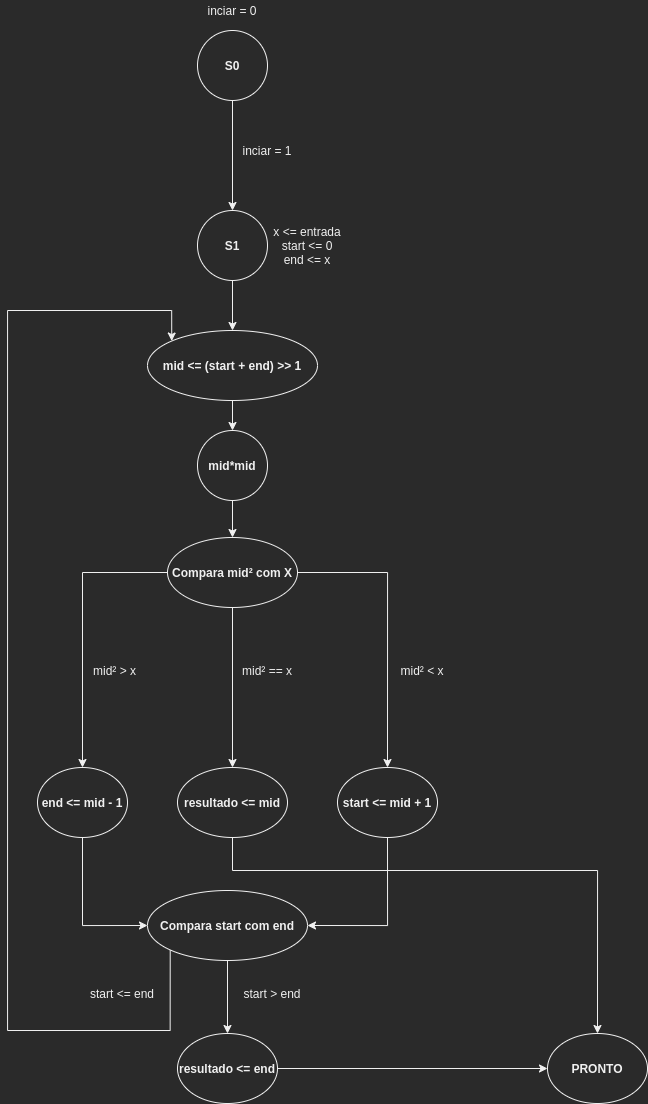
Earlier version of the draw.io export FSM.png (LeoGCRocha/sqrt-vhdl). Source tidied: cells renumbered, new cells last; positions are measured from the earlier drawing's top-left corner, leaving out a move shared by most shapes. Source of this version:
```xml
<mxGraphModel>
  <root>
    <mxCell id="0" />
    <mxCell id="1" parent="0" />
    <mxCell id="2" style="edgeStyle=orthogonalEdgeStyle;rounded=0;jettySize=auto;html=1;entryX=0.5;entryY=0;entryDx=0;entryDy=0;" parent="1" edge="1" source="3" target="5">
      <mxGeometry relative="1" as="geometry" />
    </mxCell>
    <mxCell id="3" value="&lt;b&gt;S0&lt;/b&gt;" style="ellipse;whiteSpace=wrap;html=1;" parent="1" vertex="1">
      <mxGeometry x="190" y="30" width="70" height="70" as="geometry" />
    </mxCell>
    <mxCell id="4" style="edgeStyle=orthogonalEdgeStyle;rounded=0;jettySize=auto;html=1;entryX=0.5;entryY=0;entryDx=0;entryDy=0;" parent="1" edge="1" source="5" target="27">
      <mxGeometry relative="1" as="geometry" />
    </mxCell>
    <mxCell id="5" value="&lt;b&gt;S1&lt;/b&gt;" style="ellipse;whiteSpace=wrap;html=1;" parent="1" vertex="1">
      <mxGeometry x="190" y="210" width="70" height="70" as="geometry" />
    </mxCell>
    <mxCell id="6" style="edgeStyle=orthogonalEdgeStyle;rounded=0;jettySize=auto;html=1;entryX=0.5;entryY=0;entryDx=0;entryDy=0;" parent="1" edge="1" source="9" target="13">
      <mxGeometry relative="1" as="geometry" />
    </mxCell>
    <mxCell id="7" style="edgeStyle=orthogonalEdgeStyle;rounded=0;jettySize=auto;html=1;entryX=0.5;entryY=0;entryDx=0;entryDy=0;" parent="1" edge="1" source="9" target="11">
      <mxGeometry relative="1" as="geometry" />
    </mxCell>
    <mxCell id="8" style="edgeStyle=orthogonalEdgeStyle;rounded=0;jettySize=auto;html=1;entryX=0.5;entryY=0;entryDx=0;entryDy=0;" parent="1" edge="1" source="9" target="16">
      <mxGeometry relative="1" as="geometry" />
    </mxCell>
    <mxCell id="9" value="&lt;b&gt;Compara mid² com X&lt;/b&gt;" style="ellipse;whiteSpace=wrap;html=1;" parent="1" vertex="1">
      <mxGeometry x="160" y="537" width="130" height="70" as="geometry" />
    </mxCell>
    <mxCell id="10" style="edgeStyle=orthogonalEdgeStyle;rounded=0;jettySize=auto;html=1;entryX=1;entryY=0.5;entryDx=0;entryDy=0;exitX=0.5;exitY=1;exitDx=0;exitDy=0;" parent="1" edge="1" source="11" target="19">
      <mxGeometry relative="1" as="geometry" />
    </mxCell>
    <mxCell id="11" value="&lt;b&gt;start &amp;lt;= mid + 1&lt;/b&gt;" style="ellipse;whiteSpace=wrap;html=1;" parent="1" vertex="1">
      <mxGeometry x="330" y="767" width="100" height="70" as="geometry" />
    </mxCell>
    <mxCell id="12" style="edgeStyle=orthogonalEdgeStyle;rounded=0;jettySize=auto;html=1;entryX=0.5;entryY=0;entryDx=0;entryDy=0;" parent="1" edge="1" source="13" target="29">
      <mxGeometry relative="1" as="geometry">
        <Array as="points">
          <mxPoint x="225" y="870" />
          <mxPoint x="590" y="870" />
        </Array>
      </mxGeometry>
    </mxCell>
    <mxCell id="13" value="&lt;b&gt;resultado &amp;lt;= mid&lt;/b&gt;" style="ellipse;whiteSpace=wrap;html=1;" parent="1" vertex="1">
      <mxGeometry x="170" y="767" width="110" height="70" as="geometry" />
    </mxCell>
    <mxCell id="14" style="edgeStyle=orthogonalEdgeStyle;rounded=0;jettySize=auto;html=1;entryX=0;entryY=0;entryDx=0;entryDy=0;exitX=0;exitY=1;exitDx=0;exitDy=0;" parent="1" edge="1" source="19" target="27">
      <mxGeometry relative="1" as="geometry">
        <Array as="points">
          <mxPoint x="163" y="1030" />
          <mxPoint y="1030" />
          <mxPoint y="310" />
          <mxPoint x="165" y="310" />
        </Array>
      </mxGeometry>
    </mxCell>
    <mxCell id="15" style="edgeStyle=orthogonalEdgeStyle;rounded=0;jettySize=auto;html=1;entryX=0;entryY=0.5;entryDx=0;entryDy=0;exitX=0.5;exitY=1;exitDx=0;exitDy=0;" parent="1" edge="1" source="16" target="19">
      <mxGeometry relative="1" as="geometry" />
    </mxCell>
    <mxCell id="16" value="&lt;b&gt;end &amp;lt;= mid - 1&lt;/b&gt;" style="ellipse;whiteSpace=wrap;html=1;" parent="1" vertex="1">
      <mxGeometry x="30" y="767" width="90" height="70" as="geometry" />
    </mxCell>
    <mxCell id="17" style="edgeStyle=orthogonalEdgeStyle;rounded=0;jettySize=auto;html=1;entryX=0;entryY=0.5;entryDx=0;entryDy=0;exitX=1;exitY=0.5;exitDx=0;exitDy=0;" parent="1" edge="1" source="32" target="29">
      <mxGeometry relative="1" as="geometry" />
    </mxCell>
    <mxCell id="18" style="edgeStyle=orthogonalEdgeStyle;rounded=0;jettySize=auto;html=1;entryX=0.5;entryY=0;entryDx=0;entryDy=0;exitX=0.5;exitY=1;exitDx=0;exitDy=0;" parent="1" edge="1" source="19" target="32">
      <mxGeometry relative="1" as="geometry" />
    </mxCell>
    <mxCell id="19" value="&lt;b&gt;Compara start com end&lt;/b&gt;" style="ellipse;whiteSpace=wrap;html=1;" parent="1" vertex="1">
      <mxGeometry x="140" y="890" width="160" height="70" as="geometry" />
    </mxCell>
    <mxCell id="20" value="inciar = 1" style="text;html=1;strokeColor=none;fillColor=none;align=center;verticalAlign=middle;whiteSpace=wrap;rounded=0;" parent="1" vertex="1">
      <mxGeometry x="230" y="140" width="60" height="20" as="geometry" />
    </mxCell>
    <mxCell id="21" value="inciar = 0" style="text;html=1;strokeColor=none;fillColor=none;align=center;verticalAlign=middle;whiteSpace=wrap;rounded=0;" parent="1" vertex="1">
      <mxGeometry x="180" width="90" height="20" as="geometry" />
    </mxCell>
    <mxCell id="22" value="x &amp;lt;= entrada&lt;br&gt;start &amp;lt;=&amp;nbsp;0&lt;br&gt;end &amp;lt;=&amp;nbsp;x" style="text;html=1;strokeColor=none;fillColor=none;align=center;verticalAlign=middle;whiteSpace=wrap;rounded=0;" parent="1" vertex="1">
      <mxGeometry x="260" y="210" width="80" height="70" as="geometry" />
    </mxCell>
    <mxCell id="23" value="mid² &amp;gt; x" style="text;html=1;strokeColor=none;fillColor=none;align=center;verticalAlign=middle;whiteSpace=wrap;rounded=0;" parent="1" vertex="1">
      <mxGeometry x="75" y="660" width="65" height="20" as="geometry" />
    </mxCell>
    <mxCell id="24" value="mid²&amp;nbsp;&amp;lt; x" style="text;html=1;strokeColor=none;fillColor=none;align=center;verticalAlign=middle;whiteSpace=wrap;rounded=0;" parent="1" vertex="1">
      <mxGeometry x="390" y="660" width="50" height="20" as="geometry" />
    </mxCell>
    <mxCell id="25" value="mid²&amp;nbsp;== x" style="text;html=1;strokeColor=none;fillColor=none;align=center;verticalAlign=middle;whiteSpace=wrap;rounded=0;" parent="1" vertex="1">
      <mxGeometry x="230" y="660" width="60" height="20" as="geometry" />
    </mxCell>
    <mxCell id="26" style="edgeStyle=orthogonalEdgeStyle;rounded=0;jettySize=auto;html=1;entryX=0.5;entryY=0;entryDx=0;entryDy=0;" parent="1" edge="1" source="27" target="31">
      <mxGeometry relative="1" as="geometry" />
    </mxCell>
    <mxCell id="27" value="&lt;b&gt;mid &amp;lt;= (start + end) &amp;gt;&amp;gt; 1&lt;/b&gt;" style="ellipse;whiteSpace=wrap;html=1;" parent="1" vertex="1">
      <mxGeometry x="140" y="330" width="170" height="70" as="geometry" />
    </mxCell>
    <mxCell id="28" value="start &amp;gt; end" style="text;html=1;strokeColor=none;fillColor=none;align=center;verticalAlign=middle;whiteSpace=wrap;rounded=0;" parent="1" vertex="1">
      <mxGeometry x="230" y="983" width="70" height="20" as="geometry" />
    </mxCell>
    <mxCell id="29" value="&lt;b&gt;PRONTO&lt;/b&gt;" style="ellipse;whiteSpace=wrap;html=1;" parent="1" vertex="1">
      <mxGeometry x="540" y="1033" width="100" height="70" as="geometry" />
    </mxCell>
    <mxCell id="30" style="edgeStyle=orthogonalEdgeStyle;rounded=0;jettySize=auto;html=1;entryX=0.5;entryY=0;entryDx=0;entryDy=0;" parent="1" edge="1" source="31" target="9">
      <mxGeometry relative="1" as="geometry" />
    </mxCell>
    <mxCell id="31" value="&lt;b&gt;mid*mid&lt;/b&gt;" style="ellipse;whiteSpace=wrap;html=1;" parent="1" vertex="1">
      <mxGeometry x="190" y="430" width="70" height="70" as="geometry" />
    </mxCell>
    <mxCell id="32" value="&lt;b&gt;resultado &amp;lt;= end&lt;/b&gt;" style="ellipse;whiteSpace=wrap;html=1;" parent="1" vertex="1">
      <mxGeometry x="170" y="1033" width="100" height="70" as="geometry" />
    </mxCell>
    <mxCell id="33" value="start &amp;lt;= end" style="text;html=1;strokeColor=none;fillColor=none;align=center;verticalAlign=middle;whiteSpace=wrap;rounded=0;" parent="1" vertex="1">
      <mxGeometry x="80" y="983" width="70" height="20" as="geometry" />
    </mxCell>
  </root>
</mxGraphModel>
```
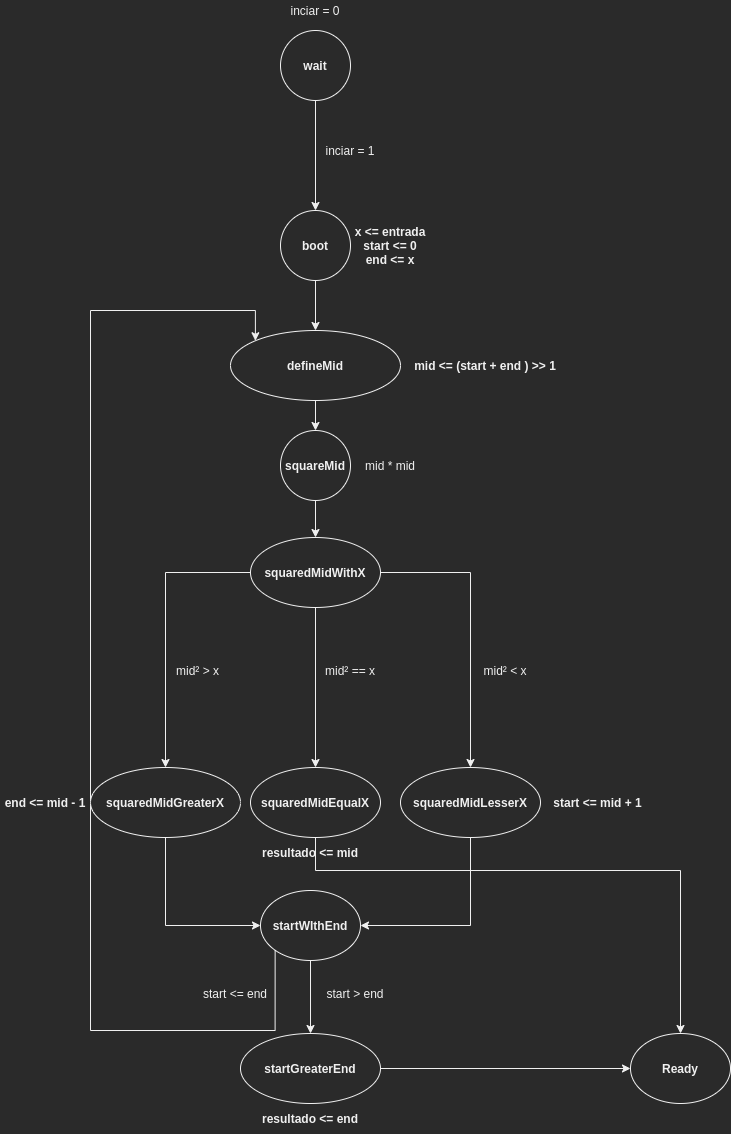
Above is the later version.

Commit message:
states from FSM renamed 	modified:   FSM.drawio 	modified:   FSM.png

Change to the diagram source:
```diff
@@ -5,13 +5,13 @@
     <mxCell id="2" style="edgeStyle=orthogonalEdgeStyle;rounded=0;jettySize=auto;html=1;entryX=0.5;entryY=0;entryDx=0;entryDy=0;" parent="1" edge="1" source="3" target="5">
       <mxGeometry relative="1" as="geometry" />
     </mxCell>
-    <mxCell id="3" value="&lt;b&gt;S0&lt;/b&gt;" style="ellipse;whiteSpace=wrap;html=1;" parent="1" vertex="1">
+    <mxCell id="3" value="&lt;b&gt;wait&lt;/b&gt;" style="ellipse;whiteSpace=wrap;html=1;" parent="1" vertex="1">
       <mxGeometry x="190" y="30" width="70" height="70" as="geometry" />
     </mxCell>
     <mxCell id="4" style="edgeStyle=orthogonalEdgeStyle;rounded=0;jettySize=auto;html=1;entryX=0.5;entryY=0;entryDx=0;entryDy=0;" parent="1" edge="1" source="5" target="27">
       <mxGeometry relative="1" as="geometry" />
     </mxCell>
-    <mxCell id="5" value="&lt;b&gt;S1&lt;/b&gt;" style="ellipse;whiteSpace=wrap;html=1;" parent="1" vertex="1">
+    <mxCell id="5" value="&lt;b&gt;boot&lt;/b&gt;" style="ellipse;whiteSpace=wrap;html=1;" parent="1" vertex="1">
       <mxGeometry x="190" y="210" width="70" height="70" as="geometry" />
     </mxCell>
     <mxCell id="6" style="edgeStyle=orthogonalEdgeStyle;rounded=0;jettySize=auto;html=1;entryX=0.5;entryY=0;entryDx=0;entryDy=0;" parent="1" edge="1" source="9" target="13">
@@ -23,14 +23,14 @@
     <mxCell id="8" style="edgeStyle=orthogonalEdgeStyle;rounded=0;jettySize=auto;html=1;entryX=0.5;entryY=0;entryDx=0;entryDy=0;" parent="1" edge="1" source="9" target="16">
       <mxGeometry relative="1" as="geometry" />
     </mxCell>
-    <mxCell id="9" value="&lt;b&gt;Compara mid² com X&lt;/b&gt;" style="ellipse;whiteSpace=wrap;html=1;" parent="1" vertex="1">
+    <mxCell id="9" value="&lt;b&gt;squaredMidWithX&lt;/b&gt;" style="ellipse;whiteSpace=wrap;html=1;" parent="1" vertex="1">
       <mxGeometry x="160" y="537" width="130" height="70" as="geometry" />
     </mxCell>
     <mxCell id="10" style="edgeStyle=orthogonalEdgeStyle;rounded=0;jettySize=auto;html=1;entryX=1;entryY=0.5;entryDx=0;entryDy=0;exitX=0.5;exitY=1;exitDx=0;exitDy=0;" parent="1" edge="1" source="11" target="19">
       <mxGeometry relative="1" as="geometry" />
     </mxCell>
-    <mxCell id="11" value="&lt;b&gt;start &amp;lt;= mid + 1&lt;/b&gt;" style="ellipse;whiteSpace=wrap;html=1;" parent="1" vertex="1">
-      <mxGeometry x="330" y="767" width="100" height="70" as="geometry" />
+    <mxCell id="11" value="&lt;b&gt;squaredMidLesserX&lt;/b&gt;" style="ellipse;whiteSpace=wrap;html=1;" parent="1" vertex="1">
+      <mxGeometry x="310" y="767" width="140" height="70" as="geometry" />
     </mxCell>
     <mxCell id="12" style="edgeStyle=orthogonalEdgeStyle;rounded=0;jettySize=auto;html=1;entryX=0.5;entryY=0;entryDx=0;entryDy=0;" parent="1" edge="1" source="13" target="29">
       <mxGeometry relative="1" as="geometry">
@@ -40,13 +40,13 @@
         </Array>
       </mxGeometry>
     </mxCell>
-    <mxCell id="13" value="&lt;b&gt;resultado &amp;lt;= mid&lt;/b&gt;" style="ellipse;whiteSpace=wrap;html=1;" parent="1" vertex="1">
-      <mxGeometry x="170" y="767" width="110" height="70" as="geometry" />
+    <mxCell id="13" value="&lt;b&gt;squaredMidEqualX&lt;/b&gt;" style="ellipse;whiteSpace=wrap;html=1;" parent="1" vertex="1">
+      <mxGeometry x="160" y="767" width="130" height="70" as="geometry" />
     </mxCell>
     <mxCell id="14" style="edgeStyle=orthogonalEdgeStyle;rounded=0;jettySize=auto;html=1;entryX=0;entryY=0;entryDx=0;entryDy=0;exitX=0;exitY=1;exitDx=0;exitDy=0;" parent="1" edge="1" source="19" target="27">
       <mxGeometry relative="1" as="geometry">
         <Array as="points">
-          <mxPoint x="163" y="1030" />
+          <mxPoint x="185" y="1030" />
           <mxPoint y="1030" />
           <mxPoint y="310" />
           <mxPoint x="165" y="310" />
@@ -56,8 +56,8 @@
     <mxCell id="15" style="edgeStyle=orthogonalEdgeStyle;rounded=0;jettySize=auto;html=1;entryX=0;entryY=0.5;entryDx=0;entryDy=0;exitX=0.5;exitY=1;exitDx=0;exitDy=0;" parent="1" edge="1" source="16" target="19">
       <mxGeometry relative="1" as="geometry" />
     </mxCell>
-    <mxCell id="16" value="&lt;b&gt;end &amp;lt;= mid - 1&lt;/b&gt;" style="ellipse;whiteSpace=wrap;html=1;" parent="1" vertex="1">
-      <mxGeometry x="30" y="767" width="90" height="70" as="geometry" />
+    <mxCell id="16" value="&lt;b&gt;squaredMidGreaterX&lt;/b&gt;" style="ellipse;whiteSpace=wrap;html=1;" parent="1" vertex="1">
+      <mxGeometry y="767" width="150" height="70" as="geometry" />
     </mxCell>
     <mxCell id="17" style="edgeStyle=orthogonalEdgeStyle;rounded=0;jettySize=auto;html=1;entryX=0;entryY=0.5;entryDx=0;entryDy=0;exitX=1;exitY=0.5;exitDx=0;exitDy=0;" parent="1" edge="1" source="32" target="29">
       <mxGeometry relative="1" as="geometry" />
@@ -65,8 +65,8 @@
     <mxCell id="18" style="edgeStyle=orthogonalEdgeStyle;rounded=0;jettySize=auto;html=1;entryX=0.5;entryY=0;entryDx=0;entryDy=0;exitX=0.5;exitY=1;exitDx=0;exitDy=0;" parent="1" edge="1" source="19" target="32">
       <mxGeometry relative="1" as="geometry" />
     </mxCell>
-    <mxCell id="19" value="&lt;b&gt;Compara start com end&lt;/b&gt;" style="ellipse;whiteSpace=wrap;html=1;" parent="1" vertex="1">
-      <mxGeometry x="140" y="890" width="160" height="70" as="geometry" />
+    <mxCell id="19" value="&lt;b&gt;startWIthEnd&lt;/b&gt;" style="ellipse;whiteSpace=wrap;html=1;" parent="1" vertex="1">
+      <mxGeometry x="170" y="890" width="100" height="70" as="geometry" />
     </mxCell>
     <mxCell id="20" value="inciar = 1" style="text;html=1;strokeColor=none;fillColor=none;align=center;verticalAlign=middle;whiteSpace=wrap;rounded=0;" parent="1" vertex="1">
       <mxGeometry x="230" y="140" width="60" height="20" as="geometry" />
@@ -74,7 +74,7 @@
     <mxCell id="21" value="inciar = 0" style="text;html=1;strokeColor=none;fillColor=none;align=center;verticalAlign=middle;whiteSpace=wrap;rounded=0;" parent="1" vertex="1">
       <mxGeometry x="180" width="90" height="20" as="geometry" />
     </mxCell>
-    <mxCell id="22" value="x &amp;lt;= entrada&lt;br&gt;start &amp;lt;=&amp;nbsp;0&lt;br&gt;end &amp;lt;=&amp;nbsp;x" style="text;html=1;strokeColor=none;fillColor=none;align=center;verticalAlign=middle;whiteSpace=wrap;rounded=0;" parent="1" vertex="1">
+    <mxCell id="22" value="&lt;b&gt;x &amp;lt;= entrada&lt;br&gt;start &amp;lt;=&amp;nbsp;0&lt;br&gt;end &amp;lt;=&amp;nbsp;x&lt;/b&gt;" style="text;html=1;strokeColor=none;fillColor=none;align=center;verticalAlign=middle;whiteSpace=wrap;rounded=0;" parent="1" vertex="1">
       <mxGeometry x="260" y="210" width="80" height="70" as="geometry" />
     </mxCell>
     <mxCell id="23" value="mid² &amp;gt; x" style="text;html=1;strokeColor=none;fillColor=none;align=center;verticalAlign=middle;whiteSpace=wrap;rounded=0;" parent="1" vertex="1">
@@ -89,26 +89,44 @@
     <mxCell id="26" style="edgeStyle=orthogonalEdgeStyle;rounded=0;jettySize=auto;html=1;entryX=0.5;entryY=0;entryDx=0;entryDy=0;" parent="1" edge="1" source="27" target="31">
       <mxGeometry relative="1" as="geometry" />
     </mxCell>
-    <mxCell id="27" value="&lt;b&gt;mid &amp;lt;= (start + end) &amp;gt;&amp;gt; 1&lt;/b&gt;" style="ellipse;whiteSpace=wrap;html=1;" parent="1" vertex="1">
+    <mxCell id="27" value="&lt;b&gt;defineMid&lt;/b&gt;" style="ellipse;whiteSpace=wrap;html=1;" parent="1" vertex="1">
       <mxGeometry x="140" y="330" width="170" height="70" as="geometry" />
     </mxCell>
     <mxCell id="28" value="start &amp;gt; end" style="text;html=1;strokeColor=none;fillColor=none;align=center;verticalAlign=middle;whiteSpace=wrap;rounded=0;" parent="1" vertex="1">
       <mxGeometry x="230" y="983" width="70" height="20" as="geometry" />
     </mxCell>
-    <mxCell id="29" value="&lt;b&gt;PRONTO&lt;/b&gt;" style="ellipse;whiteSpace=wrap;html=1;" parent="1" vertex="1">
+    <mxCell id="29" value="&lt;b&gt;Ready&lt;/b&gt;" style="ellipse;whiteSpace=wrap;html=1;" parent="1" vertex="1">
       <mxGeometry x="540" y="1033" width="100" height="70" as="geometry" />
     </mxCell>
     <mxCell id="30" style="edgeStyle=orthogonalEdgeStyle;rounded=0;jettySize=auto;html=1;entryX=0.5;entryY=0;entryDx=0;entryDy=0;" parent="1" edge="1" source="31" target="9">
       <mxGeometry relative="1" as="geometry" />
     </mxCell>
-    <mxCell id="31" value="&lt;b&gt;mid*mid&lt;/b&gt;" style="ellipse;whiteSpace=wrap;html=1;" parent="1" vertex="1">
+    <mxCell id="31" value="&lt;b&gt;squareMid&lt;/b&gt;" style="ellipse;whiteSpace=wrap;html=1;" parent="1" vertex="1">
       <mxGeometry x="190" y="430" width="70" height="70" as="geometry" />
     </mxCell>
-    <mxCell id="32" value="&lt;b&gt;resultado &amp;lt;= end&lt;/b&gt;" style="ellipse;whiteSpace=wrap;html=1;" parent="1" vertex="1">
-      <mxGeometry x="170" y="1033" width="100" height="70" as="geometry" />
+    <mxCell id="32" value="&lt;b&gt;startGreaterEnd&lt;/b&gt;" style="ellipse;whiteSpace=wrap;html=1;" parent="1" vertex="1">
+      <mxGeometry x="150" y="1033" width="140" height="70" as="geometry" />
     </mxCell>
     <mxCell id="33" value="start &amp;lt;= end" style="text;html=1;strokeColor=none;fillColor=none;align=center;verticalAlign=middle;whiteSpace=wrap;rounded=0;" parent="1" vertex="1">
-      <mxGeometry x="80" y="983" width="70" height="20" as="geometry" />
+      <mxGeometry x="110" y="983" width="70" height="20" as="geometry" />
     </mxCell>
+    <mxCell id="34" value="&lt;b&gt;mid &amp;lt;= (start + end ) &amp;gt;&amp;gt; 1&lt;/b&gt;" style="text;html=1;strokeColor=none;fillColor=none;align=center;verticalAlign=middle;whiteSpace=wrap;rounded=0;" parent="1" vertex="1">
+      <mxGeometry x="320" y="350" width="150" height="30" as="geometry" />
+    </mxCell>
+    <mxCell id="35" value="mid * mid" style="text;html=1;strokeColor=none;fillColor=none;align=center;verticalAlign=middle;whiteSpace=wrap;rounded=0;" parent="1" vertex="1">
+      <mxGeometry x="270" y="450" width="60" height="30" as="geometry" />
+    </mxCell>
+    <mxCell id="36" value="&lt;b&gt;start &amp;lt;= mid + 1&lt;/b&gt;" style="text;html=1;strokeColor=none;fillColor=none;align=center;verticalAlign=middle;whiteSpace=wrap;rounded=0;" parent="1" vertex="1">
+      <mxGeometry x="455" y="787" width="105" height="30" as="geometry" />
+    </mxCell>
+    <mxCell id="37" value="&lt;b&gt;end &amp;lt;= mid - 1&lt;/b&gt;" style="text;html=1;strokeColor=none;fillColor=none;align=center;verticalAlign=middle;whiteSpace=wrap;rounded=0;" parent="1" vertex="1">
+      <mxGeometry x="-90" y="787" width="90" height="30" as="geometry" />
+    </mxCell>
+    <mxCell id="38" value="&lt;b&gt;resultado &amp;lt;= mid&lt;/b&gt;" style="text;html=1;strokeColor=none;fillColor=none;align=center;verticalAlign=middle;whiteSpace=wrap;rounded=0;" parent="1" vertex="1">
+      <mxGeometry x="145" y="837" width="150" height="30" as="geometry" />
+    </mxCell>
+    <mxCell id="39" value="&lt;b&gt;resultado &amp;lt;= end&lt;/b&gt;" style="text;html=1;strokeColor=none;fillColor=none;align=center;verticalAlign=middle;whiteSpace=wrap;rounded=0;" parent="1" vertex="1">
+      <mxGeometry x="145" y="1103" width="150" height="30" as="geometry" />
+    </mxCell>
   </root>
 </mxGraphModel>
```
